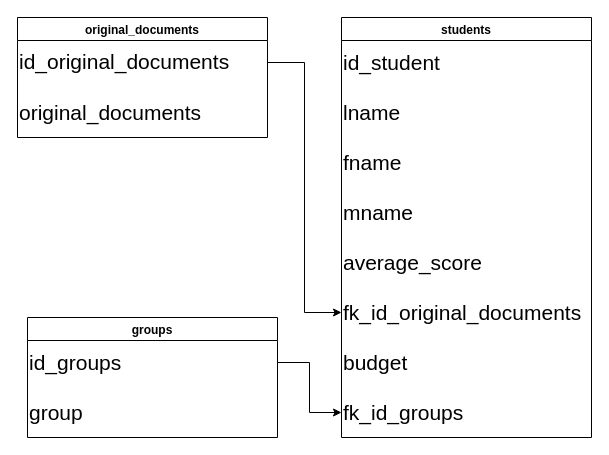
Above: DB/db list of students.drawio in mimilasyxa/list_of_students (draw.io), before the change. Source tidied: cells renumbered, new cells numbered last; positions are measured from the earlier drawing's top-left corner, leaving out a move shared by most shapes. Both pictures are drawn from the tidied source at 100%, with x=0, y=0 at pixel (17, 17).
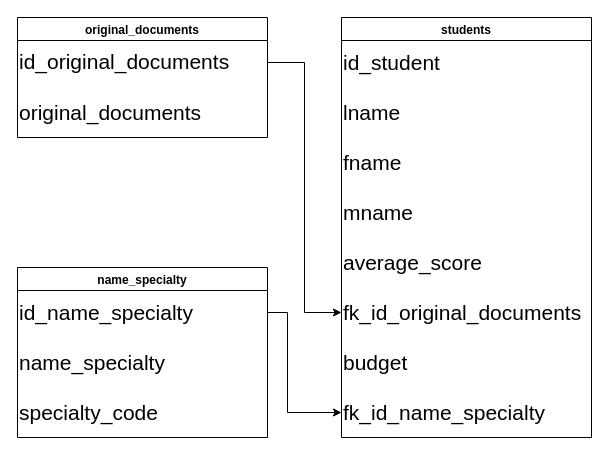
Above is the later version.

Commit message (it also covers changes not shown here):
deleted table "groups", added new table "name_specialty" :+1:

Unchanged cells that the change refers to:
```xml
<mxCell id="2" value="students" style="swimlane;" parent="1" vertex="1">
  <mxGeometry x="324" width="250" height="420" as="geometry" />
</mxCell>
```

The edit, as a diff of the source:
```diff
@@
-    <mxCell id="10" value="fk_id_groups" style="text;html=1;strokeColor=none;fillColor=none;align=left;verticalAlign=middle;whiteSpace=wrap;rounded=0;fontSize=21;" parent="2" vertex="1">
+    <mxCell id="10" value="fk_id_&lt;span style=&quot;text-align: center&quot;&gt;name_specialty&lt;/span&gt;" style="text;html=1;strokeColor=none;fillColor=none;align=left;verticalAlign=middle;whiteSpace=wrap;rounded=0;fontSize=21;" parent="2" vertex="1">
       <mxGeometry y="370" width="250" height="50" as="geometry" />
     </mxCell>
@@
-    <mxCell id="14" value="groups" style="swimlane;" parent="1" vertex="1">
-      <mxGeometry x="10" y="300" width="250" height="120" as="geometry" />
+    <mxCell id="14" value="name_specialty" style="swimlane;" parent="1" vertex="1">
+      <mxGeometry y="250" width="250" height="170" as="geometry" />
     </mxCell>
-    <mxCell id="15" value="id_groups" style="text;html=1;strokeColor=none;fillColor=none;align=left;verticalAlign=middle;whiteSpace=wrap;rounded=0;fontSize=21;" parent="14" vertex="1">
+    <mxCell id="15" value="&lt;font style=&quot;font-size: 21px&quot;&gt;id_&lt;span style=&quot;text-align: center&quot;&gt;name_specialty&lt;/span&gt;&lt;/font&gt;" style="text;html=1;strokeColor=none;fillColor=none;align=left;verticalAlign=middle;whiteSpace=wrap;rounded=0;fontSize=21;" parent="14" vertex="1">
       <mxGeometry y="20" width="250" height="50" as="geometry" />
     </mxCell>
-    <mxCell id="16" value="group" style="text;html=1;strokeColor=none;fillColor=none;align=left;verticalAlign=middle;whiteSpace=wrap;rounded=0;fontSize=21;" parent="14" vertex="1">
+    <mxCell id="16" value="&lt;span style=&quot;text-align: center&quot;&gt;&lt;font style=&quot;font-size: 21px&quot;&gt;name_specialty&lt;/font&gt;&lt;/span&gt;" style="text;html=1;strokeColor=none;fillColor=none;align=left;verticalAlign=middle;whiteSpace=wrap;rounded=0;fontSize=21;" parent="14" vertex="1">
       <mxGeometry y="70" width="250" height="50" as="geometry" />
     </mxCell>
+    <mxCell id="19" value="&lt;span style=&quot;text-align: center&quot;&gt;&lt;font style=&quot;font-size: 21px&quot;&gt;specialty_code&lt;/font&gt;&lt;/span&gt;" style="text;html=1;strokeColor=none;fillColor=none;align=left;verticalAlign=middle;whiteSpace=wrap;rounded=0;fontSize=21;" parent="14" vertex="1">
+      <mxGeometry y="120" width="250" height="50" as="geometry" />
+    </mxCell>
@@
     <mxCell id="18" style="edgeStyle=orthogonalEdgeStyle;rounded=0;jettySize=auto;html=1;exitX=1;exitY=0.5;exitDx=0;exitDy=0;entryX=0;entryY=0.5;entryDx=0;entryDy=0;" parent="1" edge="1" source="15" target="10">
-      <mxGeometry relative="1" as="geometry" />
+      <mxGeometry relative="1" as="geometry">
+        <Array as="points">
+          <mxPoint x="270" y="295" />
+          <mxPoint x="270" y="395" />
+        </Array>
+      </mxGeometry>
     </mxCell>
```
